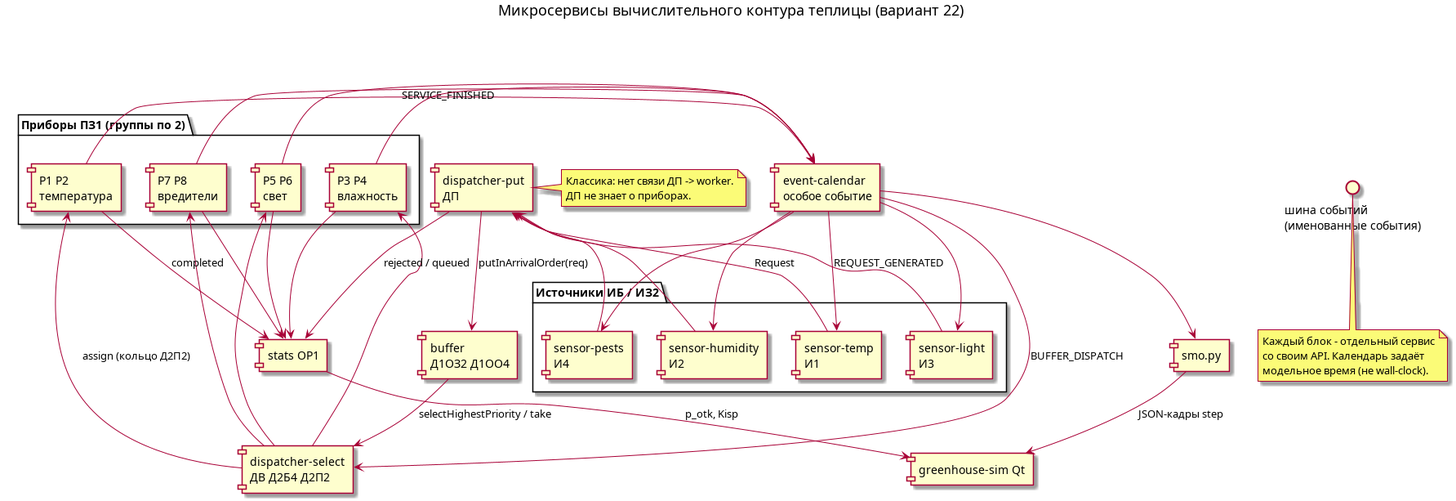
Aapng-cmd/greenhouse keeps this PlantUML diagram as docs/diagrams/microservices.png. Above is the earlier version. Its source is kept beside it as docs/diagrams/microservices.puml.
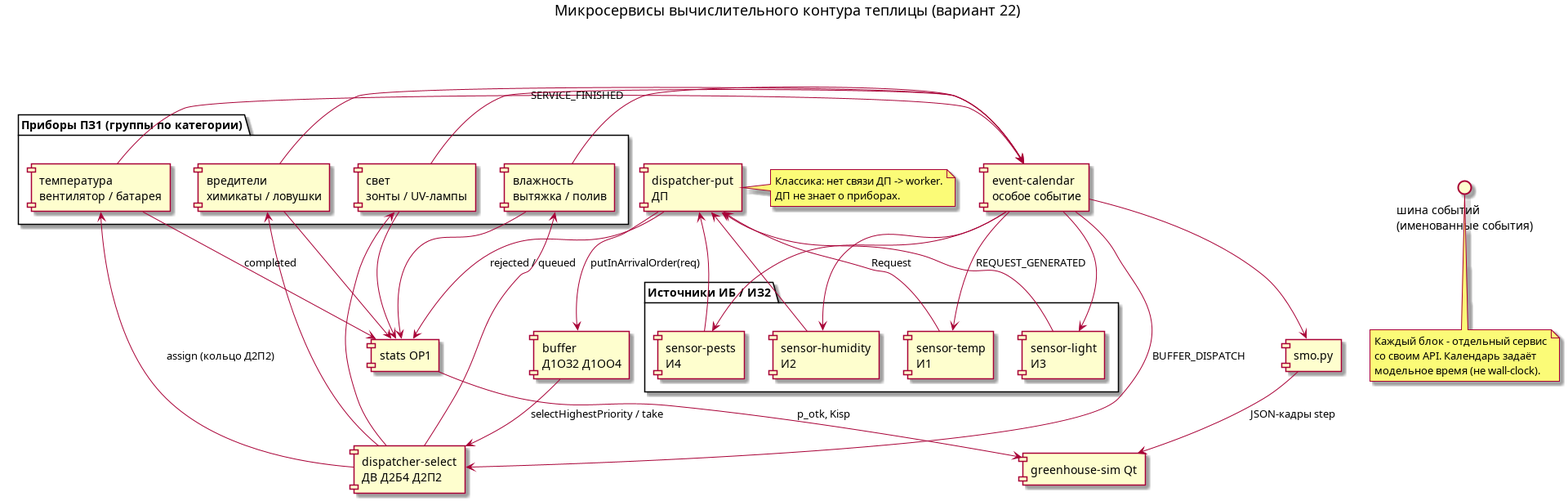
Later version of the same file.

Diff of the diagram source:
```diff
@@ -15,11 +15,11 @@
 [buffer\nД1ОЗ2 Д1ОО4] as Buf
 [dispatcher-select\nДВ Д2Б4 Д2П2] as DV
 
-package "Приборы ПЗ1 (группы по 2)" {
-  [P1 P2\nтемпература] as G1
-  [P3 P4\nвлажность] as G2
-  [P5 P6\nсвет] as G3
-  [P7 P8\nвредители] as G4
+package "Приборы ПЗ1 (группы по категории)" {
+  [температура\nвентилятор / батарея] as G1
+  [влажность\nвытяжка / полив] as G2
+  [свет\nзонты / UV-лампы] as G3
+  [вредители\nхимикаты / ловушки] as G4
 }
 
 [stats ОР1] as St
```
